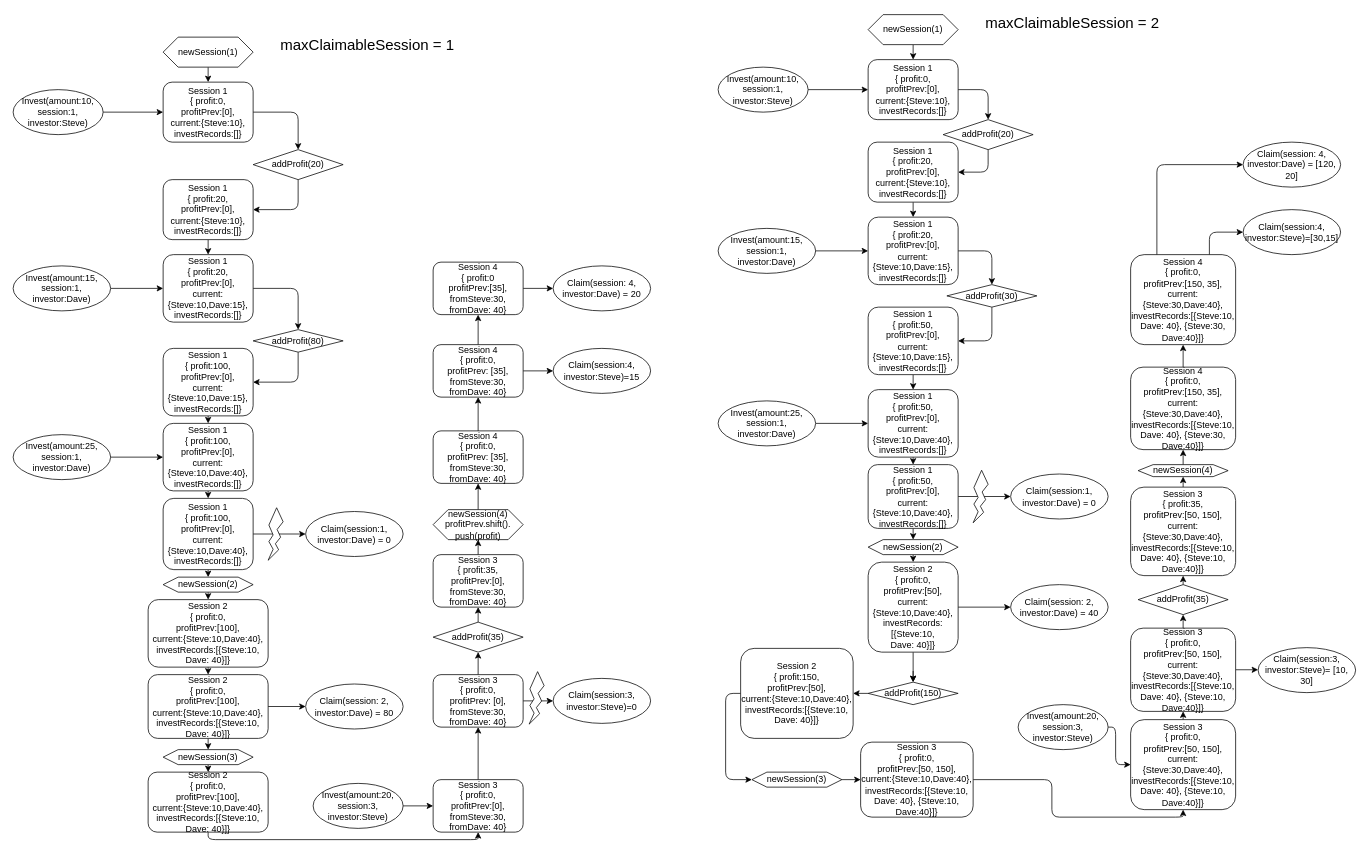
ChihHaoChen/thundercoreProfit keeps this draw.io diagram as page "Scenario1_MaxClaimableSession=1" (2 of 4) of Example1.drawio. Above is the earlier version. Source tidied: cells renumbered, new cells numbered last; positions are measured from the earlier drawing's top-left corner, leaving out a move shared by most shapes. Both pictures are drawn from the tidied source at 75%, with x=0, y=0 at pixel (13, 14).
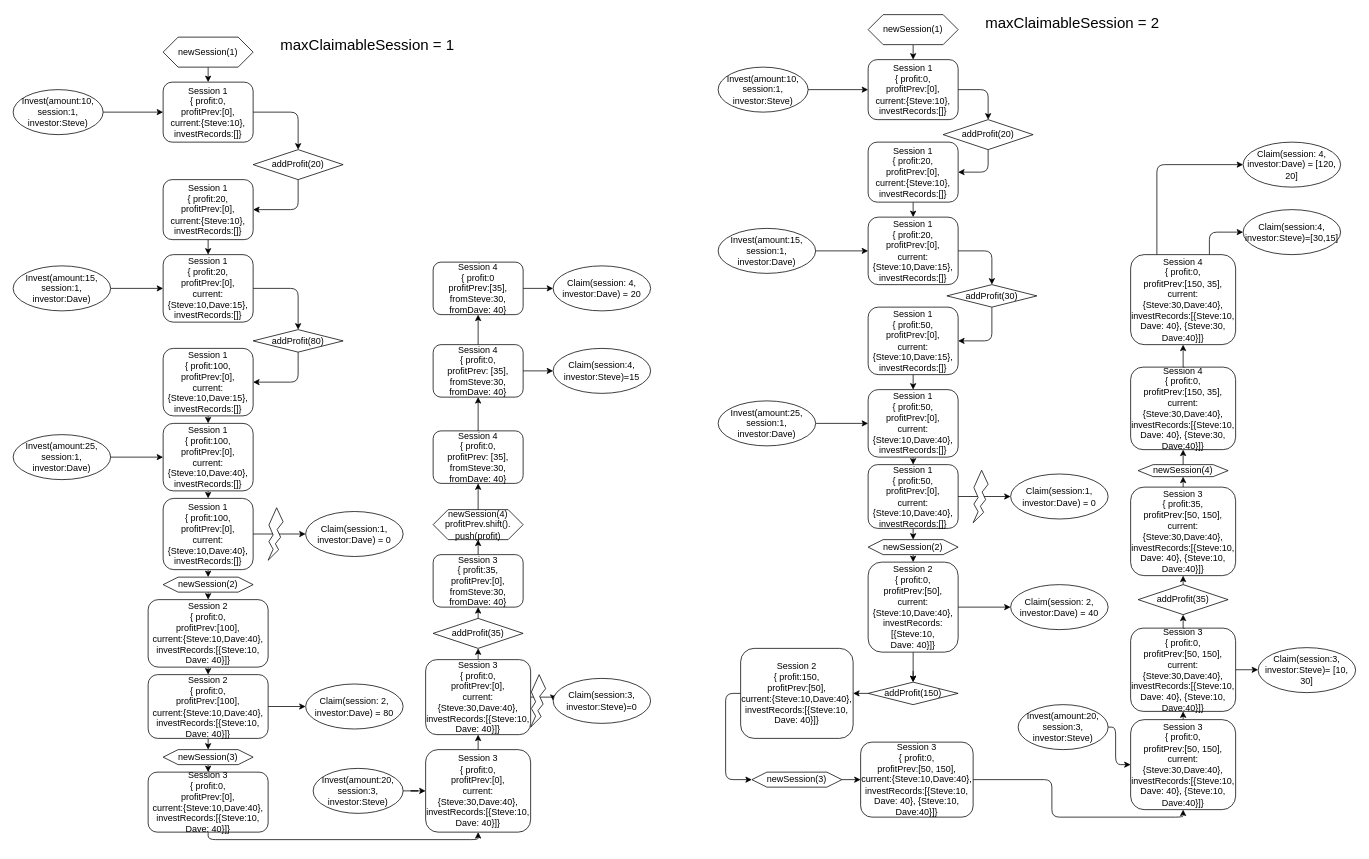
The same diagram, later.

The edit, as a diff of the source:
```diff
@@
-    <mxCell id="35" value="&lt;div&gt;Session 2&lt;br&gt;&lt;/div&gt;&lt;div&gt;{ profit:0,&lt;br&gt;&lt;/div&gt;&lt;div&gt;profitPrev:[100],&lt;/div&gt;&lt;div&gt;current:{Steve:10,Dave:40},&lt;/div&gt;&lt;div&gt;investRecords:[{Steve:10,&lt;/div&gt;&lt;div&gt;Dave: 40}]}&lt;br&gt;&lt;/div&gt;" style="rounded=1;whiteSpace=wrap;html=1;" parent="1" vertex="1">
+    <mxCell id="35" value="&lt;div&gt;Session 3&lt;br&gt;&lt;/div&gt;&lt;div&gt;{ profit:0,&lt;br&gt;&lt;/div&gt;&lt;div&gt;profitPrev:[0],&lt;/div&gt;&lt;div&gt;current:{Steve:10,Dave:40},&lt;/div&gt;&lt;div&gt;investRecords:[{Steve:10,&lt;/div&gt;&lt;div&gt;Dave: 40}]}&lt;br&gt;&lt;/div&gt;" style="rounded=1;whiteSpace=wrap;html=1;" parent="1" vertex="1">
       <mxGeometry x="180" y="1010" width="160" height="80" as="geometry" />
     </mxCell>
@@
-    <mxCell id="37" value="&lt;div&gt;Session 3&lt;br&gt;&lt;/div&gt;&lt;div&gt;{ profit:0,&lt;br&gt;&lt;/div&gt;&lt;div&gt;profitPrev:[0],&lt;/div&gt;&lt;div&gt;fromSteve:30,&lt;/div&gt;&lt;div&gt;fromDave: 40}&lt;br&gt;&lt;/div&gt;" style="rounded=1;whiteSpace=wrap;html=1;" parent="1" vertex="1">
-      <mxGeometry x="560" y="1020" width="120" height="70" as="geometry" />
+    <mxCell id="37" value="&lt;div&gt;Session 3&lt;br&gt;&lt;/div&gt;&lt;div&gt;{ profit:0,&lt;br&gt;&lt;/div&gt;&lt;div&gt;profitPrev:[0],&lt;/div&gt;&lt;div&gt;current:{Steve:30,Dave:40},&lt;/div&gt;&lt;div&gt;investRecords:[{Steve:10,&lt;/div&gt;&lt;div&gt;Dave: 40}]}&lt;br&gt;&lt;/div&gt;" style="rounded=1;whiteSpace=wrap;html=1;" parent="1" vertex="1">
+      <mxGeometry x="550" y="980" width="140" height="110" as="geometry" />
     </mxCell>
@@
     <mxCell id="39" value="Invest(amount:20, session:3, investor:Steve)" style="ellipse;whiteSpace=wrap;html=1;" parent="1" vertex="1">
-      <mxGeometry x="400" y="1025" width="120" height="60" as="geometry" />
+      <mxGeometry x="400" y="1005" width="120" height="60" as="geometry" />
     </mxCell>
@@
-    <mxCell id="42" value="&lt;div&gt;Session 3&lt;br&gt;&lt;/div&gt;&lt;div&gt;{ profit:0,&lt;br&gt;&lt;/div&gt;&lt;div&gt;profitPrev: [0],&lt;/div&gt;&lt;div&gt;fromSteve:30,&lt;/div&gt;&lt;div&gt;fromDave: 40}&lt;br&gt;&lt;/div&gt;" style="rounded=1;whiteSpace=wrap;html=1;" parent="1" vertex="1">
-      <mxGeometry x="560" y="880" width="120" height="70" as="geometry" />
+    <mxCell id="42" value="&lt;div&gt;Session 3&lt;br&gt;&lt;/div&gt;&lt;div&gt;{ profit:0,&lt;br&gt;&lt;/div&gt;&lt;div&gt;profitPrev:[0],&lt;/div&gt;&lt;div&gt;current:{Steve:30,Dave:40},&lt;/div&gt;&lt;div&gt;investRecords:[{Steve:10,&lt;/div&gt;&lt;div&gt;Dave: 40}]}&lt;br&gt;&lt;/div&gt;" style="rounded=1;whiteSpace=wrap;html=1;" parent="1" vertex="1">
+      <mxGeometry x="550" y="860" width="140" height="100" as="geometry" />
     </mxCell>
@@
     <mxCell id="44" style="verticalLabelPosition=bottom;verticalAlign=top;html=1;shape=mxgraph.basic.flash;" parent="1" vertex="1">
-      <mxGeometry x="688" y="876" width="20" height="70" as="geometry" />
+      <mxGeometry x="690" y="880" width="20" height="70" as="geometry" />
     </mxCell>
@@
     <mxCell id="46" value="addProfit(35)" style="rhombus;whiteSpace=wrap;html=1;" parent="1" vertex="1">
-      <mxGeometry x="560" y="810" width="120" height="40" as="geometry" />
+      <mxGeometry x="560" y="805" width="120" height="40" as="geometry" />
     </mxCell>
```
